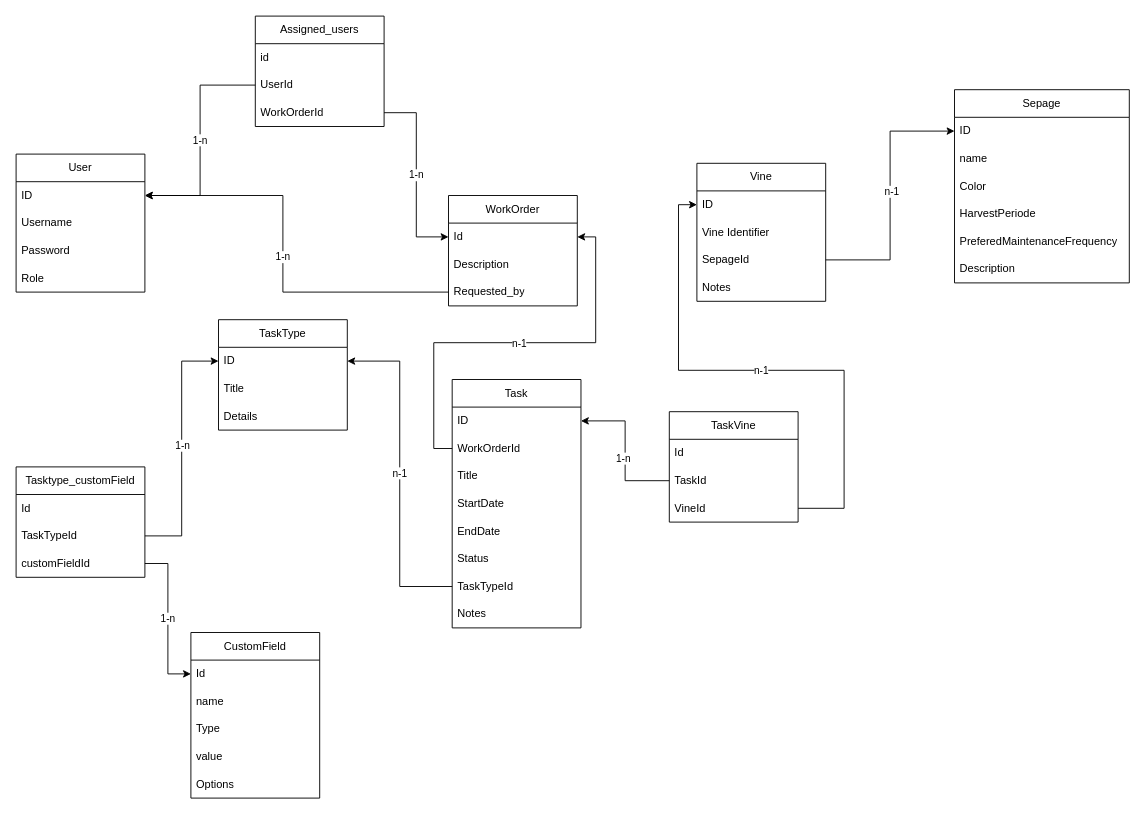
Earlier version of the draw.io diagram doc/diagram/Object-structure.drawio (TheVannysher/RavenhillSoftware). Source tidied: cells renumbered, new cells numbered last; positions are measured from the earlier drawing's top-left corner, leaving out a move shared by most shapes. Both pictures are drawn from the tidied source at 92%, with x=0, y=0 at pixel (16, 16).
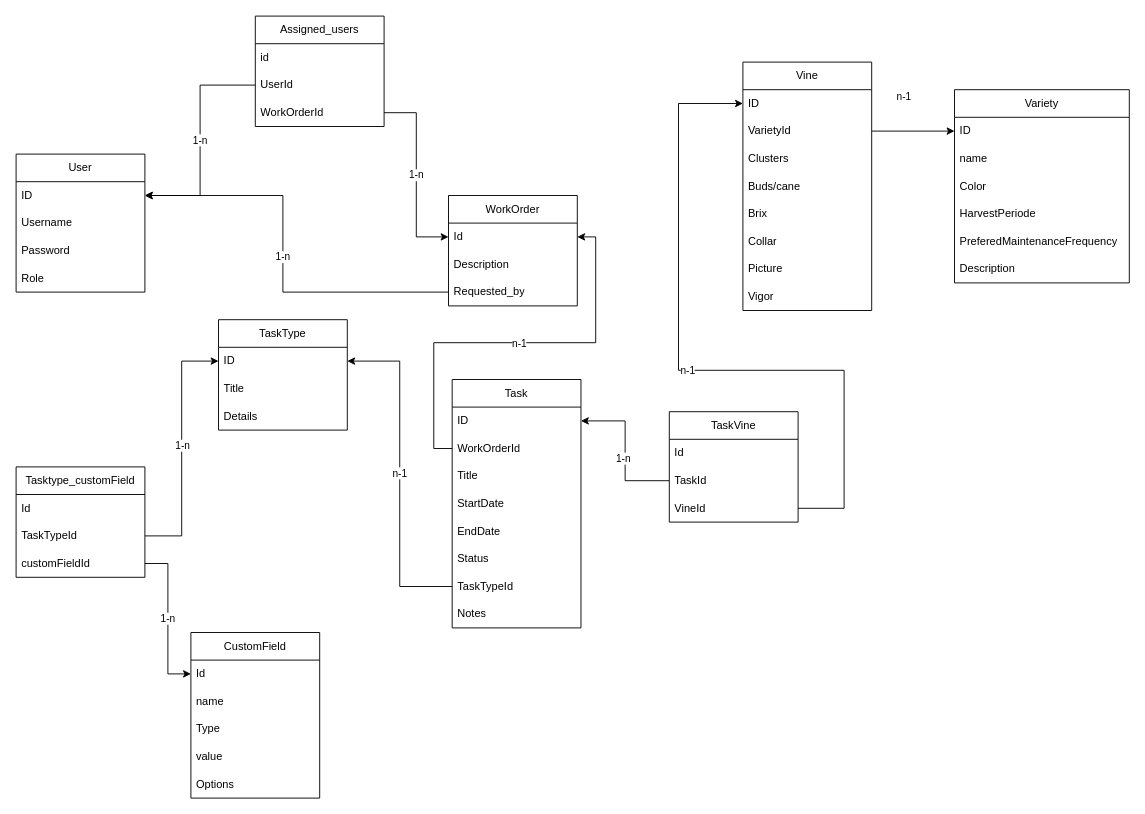
The same diagram, later.

The change refers to these unchanged cells:
```xml
<mxCell id="3" value="ID" style="text;strokeColor=none;fillColor=none;align=left;verticalAlign=middle;spacingLeft=4;spacingRight=4;overflow=hidden;points=[[0,0.5],[1,0.5]];portConstraint=eastwest;whiteSpace=wrap;html=1;" parent="2" vertex="1">
  <mxGeometry y="30" width="140" height="30" as="geometry" />
</mxCell>
<mxCell id="41" value="VineId" style="text;strokeColor=none;fillColor=none;align=left;verticalAlign=middle;spacingLeft=4;spacingRight=4;overflow=hidden;points=[[0,0.5],[1,0.5]];portConstraint=eastwest;whiteSpace=wrap;html=1;" parent="38" vertex="1">
  <mxGeometry y="90" width="140" height="30" as="geometry" />
</mxCell>
```

Diff of the diagram source:
```diff
@@
     <mxCell id="2" value="Vine" style="swimlane;fontStyle=0;horizontal=1;startSize=30;whiteSpace=wrap;html=1;" parent="1" vertex="1">
-      <mxGeometry x="740" y="160" width="140" height="150" as="geometry" />
+      <mxGeometry x="790" y="50" width="140" height="270" as="geometry" />
     </mxCell>
@@
-    <mxCell id="4" value="Vine Identifier" style="text;strokeColor=none;fillColor=none;align=left;verticalAlign=middle;spacingLeft=4;spacingRight=4;overflow=hidden;whiteSpace=wrap;html=1;" parent="2" vertex="1">
-      <mxGeometry y="60" width="140" height="30" as="geometry" />
-    </mxCell>
-    <mxCell id="5" value="SepageId" style="text;strokeColor=none;fillColor=none;align=left;verticalAlign=middle;spacingLeft=4;spacingRight=4;overflow=hidden;points=[[0,0.5],[1,0.5]];portConstraint=eastwest;whiteSpace=wrap;html=1;" parent="2" vertex="1">
-      <mxGeometry y="90" width="140" height="30" as="geometry" />
+    <mxCell id="5" value="VarietyId" style="text;strokeColor=none;fillColor=none;align=left;verticalAlign=middle;spacingLeft=4;spacingRight=4;overflow=hidden;points=[[0,0.5],[1,0.5]];portConstraint=eastwest;whiteSpace=wrap;html=1;" parent="2" vertex="1">
+      <mxGeometry y="60" width="140" height="30" as="geometry" />
     </mxCell>
-    <mxCell id="6" value="Notes" style="text;strokeColor=none;fillColor=none;align=left;verticalAlign=middle;spacingLeft=4;spacingRight=4;overflow=hidden;whiteSpace=wrap;html=1;" parent="2" vertex="1">
-      <mxGeometry y="120" width="140" height="30" as="geometry" />
+    <mxCell id="6" value="Clusters" style="text;strokeColor=none;fillColor=none;align=left;verticalAlign=middle;spacingLeft=4;spacingRight=4;overflow=hidden;whiteSpace=wrap;html=1;" parent="2" vertex="1">
+      <mxGeometry y="90" width="140" height="30" as="geometry" />
     </mxCell>
+    <mxCell id="68" value="Buds/cane" style="text;strokeColor=none;fillColor=none;align=left;verticalAlign=middle;spacingLeft=4;spacingRight=4;overflow=hidden;whiteSpace=wrap;html=1;" parent="2" vertex="1">
+      <mxGeometry y="120" width="140" height="30" as="geometry" />
+    </mxCell>
+    <mxCell id="69" value="Brix" style="text;strokeColor=none;fillColor=none;align=left;verticalAlign=middle;spacingLeft=4;spacingRight=4;overflow=hidden;whiteSpace=wrap;html=1;" parent="2" vertex="1">
+      <mxGeometry y="150" width="140" height="30" as="geometry" />
+    </mxCell>
+    <mxCell id="70" value="Collar" style="text;strokeColor=none;fillColor=none;align=left;verticalAlign=middle;spacingLeft=4;spacingRight=4;overflow=hidden;whiteSpace=wrap;html=1;" parent="2" vertex="1">
+      <mxGeometry y="180" width="140" height="30" as="geometry" />
+    </mxCell>
+    <mxCell id="71" value="Picture" style="text;strokeColor=none;fillColor=none;align=left;verticalAlign=middle;spacingLeft=4;spacingRight=4;overflow=hidden;whiteSpace=wrap;html=1;" parent="2" vertex="1">
+      <mxGeometry y="210" width="140" height="30" as="geometry" />
+    </mxCell>
+    <mxCell id="72" value="Vigor" style="text;strokeColor=none;fillColor=none;align=left;verticalAlign=middle;spacingLeft=4;spacingRight=4;overflow=hidden;whiteSpace=wrap;html=1;" parent="2" vertex="1">
+      <mxGeometry y="240" width="140" height="30" as="geometry" />
+    </mxCell>
@@
-    <mxCell id="42" value="n-1" style="edgeStyle=orthogonalEdgeStyle;rounded=0;jettySize=auto;html=1;entryX=0;entryY=0.5;entryDx=0;entryDy=0;exitX=1;exitY=0.5;exitDx=0;exitDy=0;" parent="1" edge="1" source="41" target="3">
+    <mxCell id="42" value="n-1" style="edgeStyle=orthogonalEdgeStyle;rounded=0;jettySize=auto;html=1;exitX=1;exitY=0.5;exitDx=0;exitDy=0;entryX=0;entryY=0.5;entryDx=0;entryDy=0;" parent="1" edge="1" source="41" target="3">
       <mxGeometry relative="1" as="geometry">
         <Array as="points">
           <mxPoint x="900" y="535" />
           <mxPoint x="900" y="385" />
           <mxPoint x="720" y="385" />
-          <mxPoint x="720" y="205" />
+          <mxPoint x="720" y="95" />
         </Array>
       </mxGeometry>
     </mxCell>
@@
-    <mxCell id="59" value="Sepage" style="swimlane;fontStyle=0;horizontal=1;startSize=30;whiteSpace=wrap;html=1;" parent="1" vertex="1">
+    <mxCell id="59" value="Variety" style="swimlane;fontStyle=0;horizontal=1;startSize=30;whiteSpace=wrap;html=1;" parent="1" vertex="1">
       <mxGeometry x="1020" y="80" width="190" height="210" as="geometry" />
     </mxCell>
```
